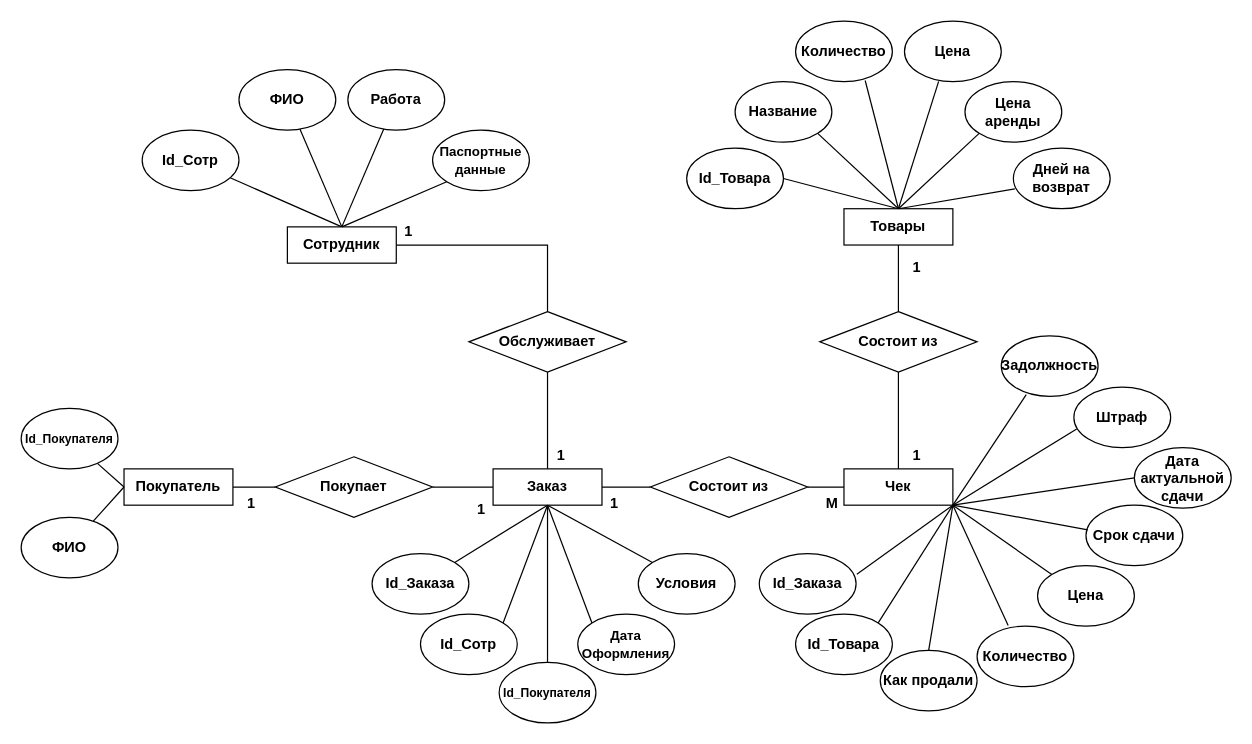
Before: IDEF0.2.drawio in SpaleRud/OPDiagrams, a draw.io diagram. Source tidied: cells renumbered, new cells numbered last; positions are measured from the earlier drawing's top-left corner, leaving out a move shared by most shapes. Both pictures are drawn from the tidied source at 121%, with x=0, y=0 at pixel (21, 21).
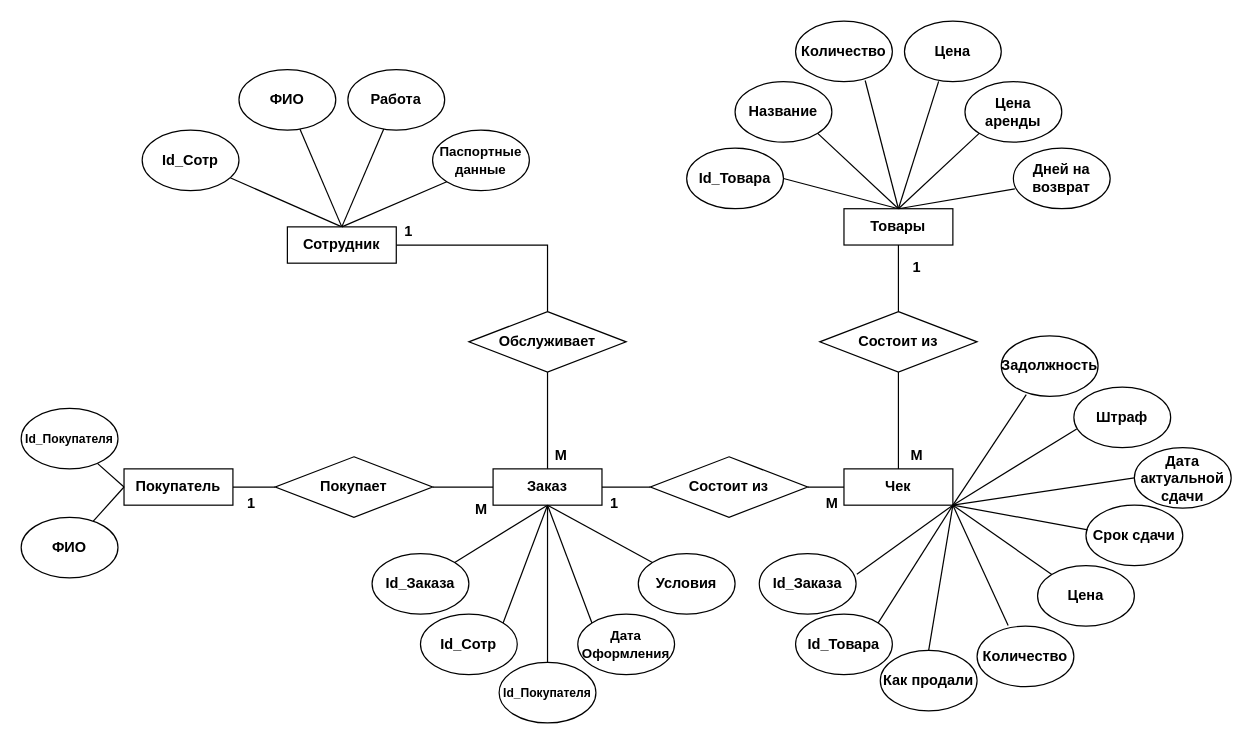
The same page after the edit.

The change refers to these unchanged cells:
```xml
<mxCell id="19" style="group;" parent="1" vertex="1">
  <mxGeometry x="370" y="340" width="110" height="75" as="geometry" />
</mxCell>
```

Change to the diagram source:
```diff
@@
-    <mxCell id="21" value="&lt;font style=&quot;font-size: 12px;&quot;&gt;1&lt;/font&gt;" style="text;strokeColor=none;fillColor=none;html=1;fontSize=24;fontStyle=1;verticalAlign=middle;align=center;" parent="19" vertex="1">
+    <mxCell id="21" value="&lt;span style=&quot;font-size: 12px;&quot;&gt;М&lt;/span&gt;" style="text;strokeColor=none;fillColor=none;html=1;fontSize=24;fontStyle=1;verticalAlign=middle;align=center;" parent="19" vertex="1">
       <mxGeometry x="66" width="20" height="30" as="geometry" />
     </mxCell>
-    <mxCell id="22" value="&lt;font style=&quot;font-size: 12px;&quot;&gt;1&lt;/font&gt;" style="text;strokeColor=none;fillColor=none;html=1;fontSize=24;fontStyle=1;verticalAlign=middle;align=center;" parent="19" vertex="1">
+    <mxCell id="22" value="&lt;font style=&quot;font-size: 12px;&quot;&gt;М&lt;/font&gt;" style="text;strokeColor=none;fillColor=none;html=1;fontSize=24;fontStyle=1;verticalAlign=middle;align=center;" parent="19" vertex="1">
       <mxGeometry y="45" width="20" height="30" as="geometry" />
     </mxCell>
@@
-    <mxCell id="79" value="&lt;font style=&quot;font-size: 12px;&quot;&gt;1&lt;/font&gt;" style="text;strokeColor=none;fillColor=none;html=1;fontSize=24;fontStyle=1;verticalAlign=middle;align=center;" parent="1" vertex="1">
+    <mxCell id="79" value="&lt;font style=&quot;font-size: 12px;&quot;&gt;М&lt;/font&gt;" style="text;strokeColor=none;fillColor=none;html=1;fontSize=24;fontStyle=1;verticalAlign=middle;align=center;" parent="1" vertex="1">
       <mxGeometry x="730" y="340" width="20" height="30" as="geometry" />
     </mxCell>
```
